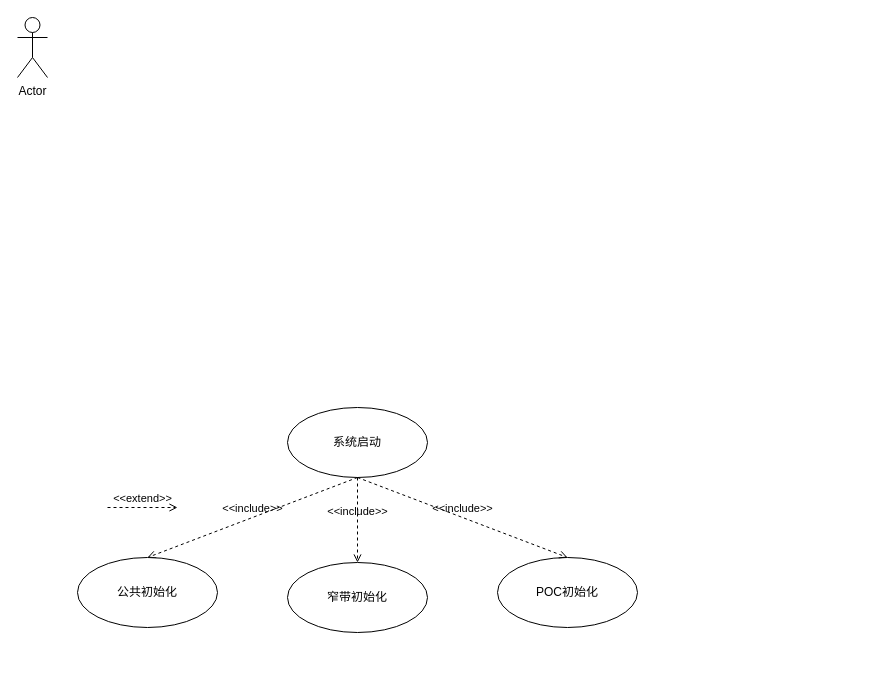
Before: page "用例图" (1 of 2) of 开机.drawio in liyunhao2/technology, a draw.io diagram. Source tidied: cells renumbered, new cells numbered last; positions are measured from the earlier drawing's top-left corner, leaving out a move shared by most shapes. Both pictures are drawn from the tidied source at 100%, with x=0, y=0 at pixel (17, 17).
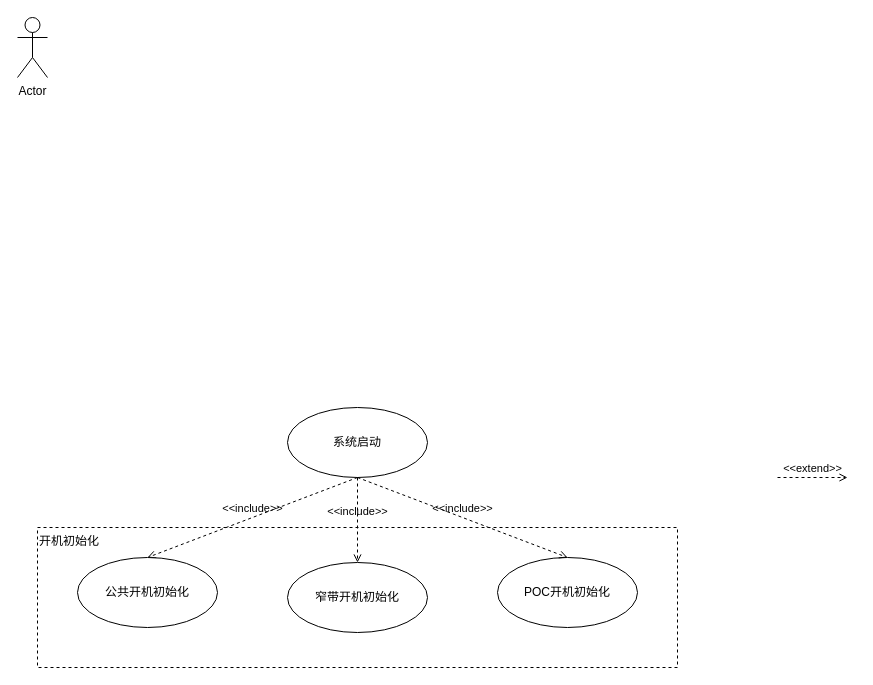
The same page after the edit.

What changed in the source:
```diff
@@
 <mxGraphModel>
   <root>
     <mxCell id="0" />
     <mxCell id="1" parent="0" />
     <mxCell id="2" value="Actor" style="shape=umlActor;verticalLabelPosition=bottom;verticalAlign=top;html=1;" parent="1" vertex="1">
       <mxGeometry width="30" height="60" as="geometry" />
     </mxCell>
+    <mxCell id="11" value="开机初始化" style="rounded=0;whiteSpace=wrap;html=1;dashed=1;align=left;verticalAlign=top;" parent="1" vertex="1">
+      <mxGeometry x="20" y="510" width="640" height="140" as="geometry" />
+    </mxCell>
     <mxCell id="3" value="&amp;lt;&amp;lt;include&amp;gt;&amp;gt;" style="html=1;verticalAlign=bottom;labelBackgroundColor=none;endArrow=open;endFill=0;dashed=1;rounded=0;exitX=0.5;exitY=1;exitDx=0;exitDy=0;entryX=0.5;entryY=0;entryDx=0;entryDy=0;" parent="1" edge="1" source="5" target="6">
       <mxGeometry relative="1" as="geometry" />
     </mxCell>
     <mxCell id="4" value="&amp;lt;&amp;lt;extend&amp;gt;&amp;gt;" style="html=1;verticalAlign=bottom;labelBackgroundColor=none;endArrow=open;endFill=0;dashed=1;rounded=0;" parent="1" edge="1">
       <mxGeometry relative="1" as="geometry">
-        <mxPoint x="90" y="490" as="sourcePoint" />
-        <mxPoint x="160" y="490" as="targetPoint" />
+        <mxPoint x="760" y="460" as="sourcePoint" />
+        <mxPoint x="830" y="460" as="targetPoint" />
       </mxGeometry>
     </mxCell>
     <mxCell id="5" value="系统启动" style="ellipse;whiteSpace=wrap;html=1;" parent="1" vertex="1">
       <mxGeometry x="270" y="390" width="140" height="70" as="geometry" />
     </mxCell>
-    <mxCell id="6" value="公共初始化" style="ellipse;whiteSpace=wrap;html=1;" parent="1" vertex="1">
+    <mxCell id="6" value="公共开机初始化" style="ellipse;whiteSpace=wrap;html=1;" parent="1" vertex="1">
       <mxGeometry x="60" y="540" width="140" height="70" as="geometry" />
     </mxCell>
-    <mxCell id="7" value="POC初始化" style="ellipse;whiteSpace=wrap;html=1;" parent="1" vertex="1">
+    <mxCell id="7" value="POC开机初始化" style="ellipse;whiteSpace=wrap;html=1;" parent="1" vertex="1">
       <mxGeometry x="480" y="540" width="140" height="70" as="geometry" />
     </mxCell>
     <mxCell id="8" value="&amp;lt;&amp;lt;include&amp;gt;&amp;gt;" style="html=1;verticalAlign=bottom;labelBackgroundColor=none;endArrow=open;endFill=0;dashed=1;rounded=0;exitX=0.5;exitY=1;exitDx=0;exitDy=0;entryX=0.5;entryY=0;entryDx=0;entryDy=0;" parent="1" edge="1" source="5" target="7">
       <mxGeometry relative="1" as="geometry" />
     </mxCell>
-    <mxCell id="9" value="窄带初始化" style="ellipse;whiteSpace=wrap;html=1;" parent="1" vertex="1">
+    <mxCell id="9" value="窄带开机初始化" style="ellipse;whiteSpace=wrap;html=1;" parent="1" vertex="1">
       <mxGeometry x="270" y="545" width="140" height="70" as="geometry" />
     </mxCell>
     <mxCell id="10" value="&amp;lt;&amp;lt;include&amp;gt;&amp;gt;" style="html=1;verticalAlign=bottom;labelBackgroundColor=none;endArrow=open;endFill=0;dashed=1;rounded=0;exitX=0.5;exitY=1;exitDx=0;exitDy=0;entryX=0.5;entryY=0;entryDx=0;entryDy=0;" parent="1" edge="1" source="5" target="9">
       <mxGeometry relative="1" as="geometry" />
     </mxCell>
   </root>
 </mxGraphModel>
```
